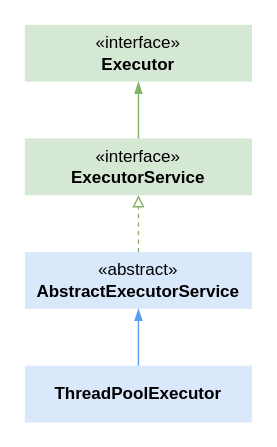
Above: UMLJavaClazzThreadPoolExecutor.drawio in qingyunlyp/resource (draw.io), before the change. Source tidied: cells renumbered, new cells numbered last; positions are measured from the earlier drawing's top-left corner, leaving out a move shared by most shapes. Both pictures are drawn from the tidied source at 142%, with x=0, y=0 at pixel (24, 24).
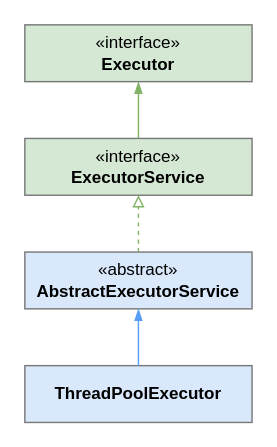
The same diagram, later.

Diff of the diagram source:
```diff
@@
 <mxGraphModel>
   <root>
     <mxCell id="0" />
     <mxCell id="1" parent="0" />
-    <mxCell id="2" value="«interface»&lt;br&gt;&lt;b&gt;Executor&lt;/b&gt;" style="html=1;whiteSpace=wrap;fillColor=#d5e8d4;strokeColor=none;" parent="1" vertex="1">
+    <mxCell id="2" value="«interface»&lt;br&gt;&lt;b&gt;Executor&lt;/b&gt;" style="html=1;whiteSpace=wrap;fillColor=#d5e8d4;strokeColor=#787878;" parent="1" vertex="1">
       <mxGeometry width="160" height="40" as="geometry" />
     </mxCell>
-    <mxCell id="3" value="«interface»&lt;br&gt;&lt;b&gt;ExecutorService&lt;/b&gt;" style="html=1;whiteSpace=wrap;fillColor=#d5e8d4;strokeColor=none;" parent="1" vertex="1">
+    <mxCell id="3" value="«interface»&lt;br&gt;&lt;b&gt;ExecutorService&lt;/b&gt;" style="html=1;whiteSpace=wrap;fillColor=#d5e8d4;strokeColor=#787878;" parent="1" vertex="1">
       <mxGeometry y="80" width="160" height="40" as="geometry" />
     </mxCell>
-    <mxCell id="4" value="«abstract»&lt;br&gt;&lt;b&gt;AbstractExecutorService&lt;/b&gt;" style="html=1;whiteSpace=wrap;fillColor=#dae8fc;strokeColor=none;" parent="1" vertex="1">
+    <mxCell id="4" value="«abstract»&lt;br&gt;&lt;b&gt;AbstractExecutorService&lt;/b&gt;" style="html=1;whiteSpace=wrap;fillColor=#dae8fc;strokeColor=#787878;" parent="1" vertex="1">
       <mxGeometry y="160" width="160" height="40" as="geometry" />
     </mxCell>
-    <mxCell id="5" value="&lt;b&gt;ThreadPoolExecutor&lt;/b&gt;" style="html=1;whiteSpace=wrap;fillColor=#dae8fc;strokeColor=none;" parent="1" vertex="1">
+    <mxCell id="5" value="&lt;b&gt;ThreadPoolExecutor&lt;/b&gt;" style="html=1;whiteSpace=wrap;fillColor=#dae8fc;strokeColor=#787878;" parent="1" vertex="1">
       <mxGeometry y="240" width="160" height="40" as="geometry" />
     </mxCell>
     <mxCell id="6" style="endArrow=block;dashed=1;endFill=0;endSize=6;html=1;rounded=0;fontSize=12;curved=1;exitX=0.5;exitY=0;exitDx=0;exitDy=0;entryX=0.5;entryY=1;entryDx=0;entryDy=0;fillColor=#d5e8d4;strokeColor=#82b366;" parent="1" edge="1" source="4" target="3">
       <mxGeometry relative="1" as="geometry" />
     </mxCell>
     <mxCell id="7" style="endArrow=blockThin;endFill=1;html=1;rounded=0;fontSize=12;curved=1;exitX=0.5;exitY=0;exitDx=0;exitDy=0;entryX=0.5;entryY=1;entryDx=0;entryDy=0;fillColor=#d5e8d4;strokeColor=#82b366;" parent="1" edge="1" source="3" target="2">
       <mxGeometry relative="1" as="geometry" />
     </mxCell>
     <mxCell id="8" style="endArrow=blockThin;endFill=1;html=1;rounded=0;fontSize=12;curved=1;exitX=0.5;exitY=0;exitDx=0;exitDy=0;entryX=0.5;entryY=1;entryDx=0;entryDy=0;fillColor=#1ba1e2;strokeColor=#589DF6;" parent="1" edge="1" source="5" target="4">
       <mxGeometry relative="1" as="geometry" />
     </mxCell>
   </root>
 </mxGraphModel>
```
